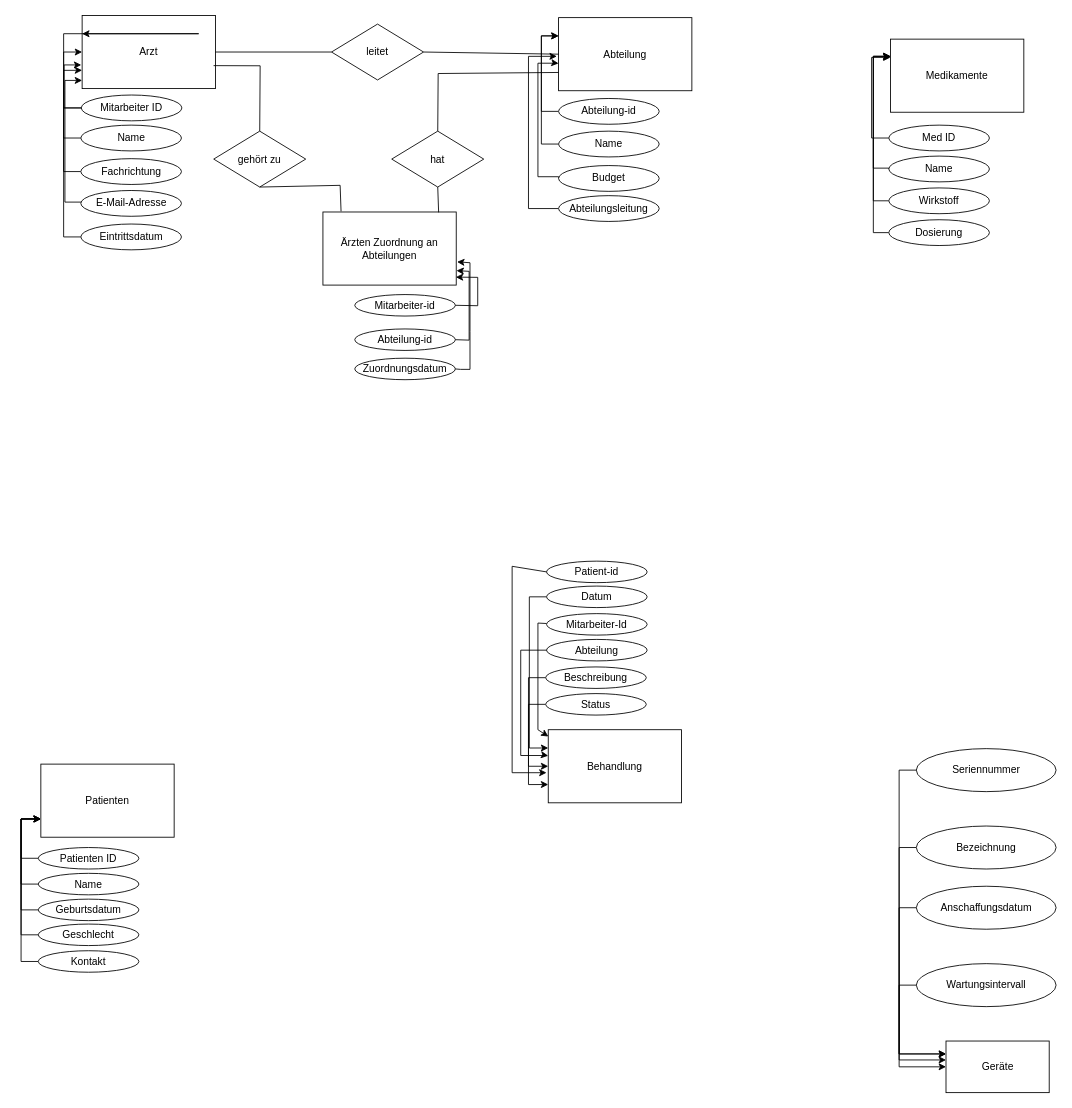
This is aufgabe04/Aufgabe A.drawio from contraintuitiv/datenbanksysteme, a draw.io file, before an edit. Source tidied: cells renumbered, new cells numbered last; positions are measured from the earlier drawing's top-left corner, leaving out a move shared by most shapes. Both pictures are drawn from the tidied source at 86%, with x=0, y=0 at pixel (38, 15).
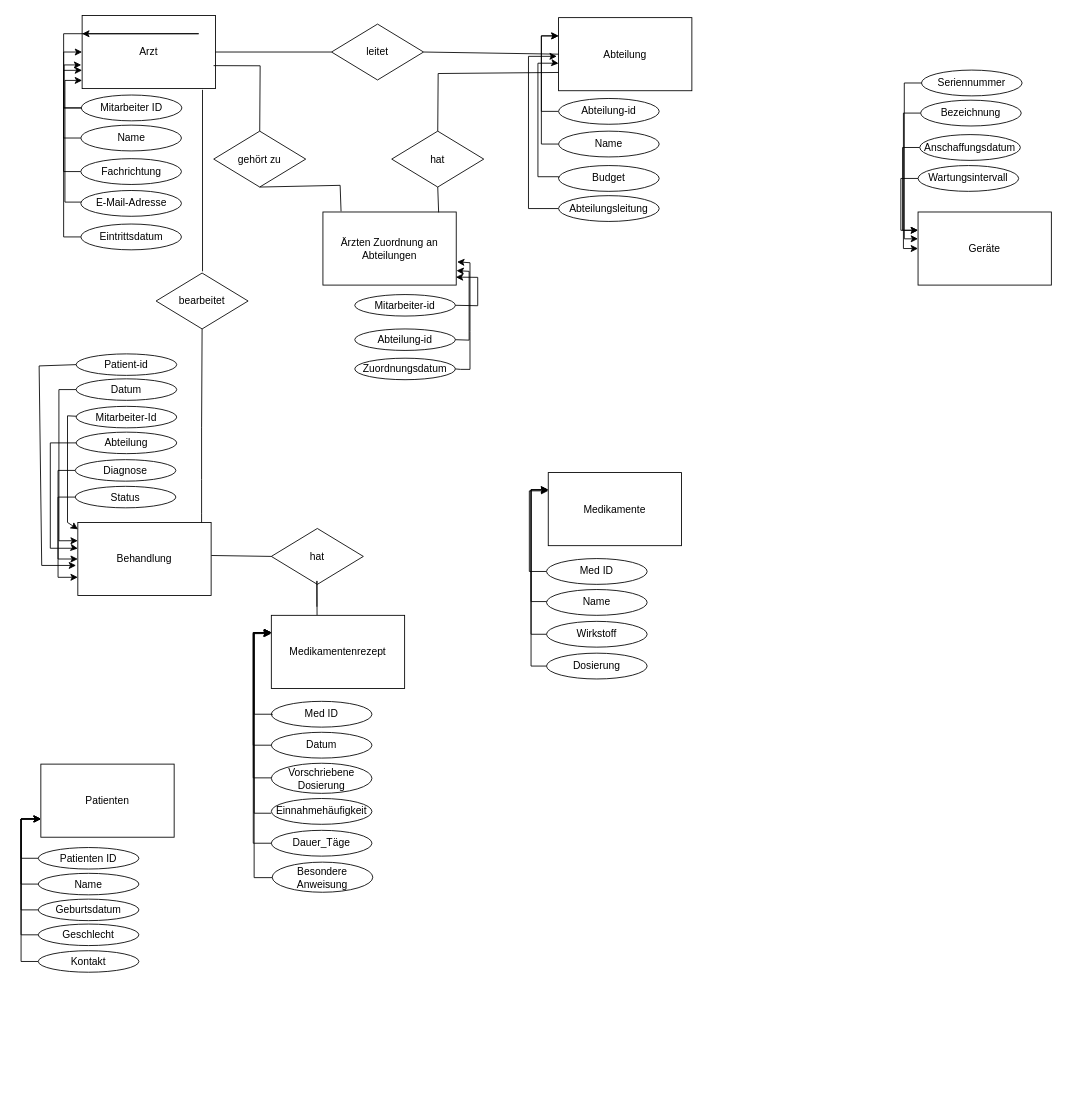
Above is the later version.

Unchanged cells that the change refers to:
```xml
<mxCell id="2" value="Arzt" style="rounded=0;whiteSpace=wrap;html=1;" parent="1" vertex="1">
  <mxGeometry x="51" y="0.5" width="155" height="85" as="geometry" />
</mxCell>
```

Diff of the diagram source:
```diff
@@
     <mxCell id="23" value="Behandlung" style="rounded=0;whiteSpace=wrap;html=1;" parent="1" vertex="1">
-      <mxGeometry x="593" y="831" width="155" height="85" as="geometry" />
+      <mxGeometry x="46" y="590" width="155" height="85" as="geometry" />
     </mxCell>
@@
     <mxCell id="25" value="Datum" style="ellipse;whiteSpace=wrap;html=1;" parent="1" vertex="1">
-      <mxGeometry x="591" y="664" width="117" height="25" as="geometry" />
+      <mxGeometry x="44" y="423" width="117" height="25" as="geometry" />
     </mxCell>
@@
-    <mxCell id="27" value="Beschreibung" style="ellipse;whiteSpace=wrap;html=1;" parent="1" vertex="1">
-      <mxGeometry x="590" y="758" width="117" height="25" as="geometry" />
+    <mxCell id="27" value="Diagnose" style="ellipse;whiteSpace=wrap;html=1;" parent="1" vertex="1">
+      <mxGeometry x="43" y="517" width="117" height="25" as="geometry" />
     </mxCell>
@@
     <mxCell id="29" value="Status" style="ellipse;whiteSpace=wrap;html=1;" parent="1" vertex="1">
-      <mxGeometry x="590" y="789" width="117" height="25" as="geometry" />
+      <mxGeometry x="43" y="548" width="117" height="25" as="geometry" />
     </mxCell>
@@
     <mxCell id="39" value="Geräte" style="rounded=0;whiteSpace=wrap;html=1;" parent="1" vertex="1">
-      <mxGeometry x="1055.5" y="1193" width="120" height="60" as="geometry" />
+      <mxGeometry x="1023" y="229" width="155" height="85" as="geometry" />
     </mxCell>
     <mxCell id="40" value="Medikamente" style="rounded=0;whiteSpace=wrap;html=1;" parent="1" vertex="1">
-      <mxGeometry x="991" y="28" width="155" height="85" as="geometry" />
+      <mxGeometry x="593" y="532" width="155" height="85" as="geometry" />
     </mxCell>
     <mxCell id="41" value="Seriennummer" style="ellipse;whiteSpace=wrap;html=1;" parent="1" vertex="1">
-      <mxGeometry x="1021" y="853" width="162.5" height="50" as="geometry" />
+      <mxGeometry x="1027" y="64" width="117" height="30" as="geometry" />
     </mxCell>
@@
     <mxCell id="43" value="Bezeichnung" style="ellipse;whiteSpace=wrap;html=1;" parent="1" vertex="1">
-      <mxGeometry x="1021" y="943" width="162.5" height="50" as="geometry" />
+      <mxGeometry x="1026" y="99" width="117" height="30" as="geometry" />
     </mxCell>
@@
     <mxCell id="45" value="Anschaffungsdatum" style="ellipse;whiteSpace=wrap;html=1;" parent="1" vertex="1">
-      <mxGeometry x="1021" y="1013" width="162.5" height="50" as="geometry" />
+      <mxGeometry x="1025" y="139" width="117" height="30" as="geometry" />
     </mxCell>
@@
     <mxCell id="47" value="Wartungsintervall" style="ellipse;whiteSpace=wrap;html=1;" parent="1" vertex="1">
-      <mxGeometry x="1021" y="1103" width="162.5" height="50" as="geometry" />
+      <mxGeometry x="1023" y="175" width="117" height="30" as="geometry" />
     </mxCell>
@@
     <mxCell id="50" value="Med ID" style="ellipse;whiteSpace=wrap;html=1;" parent="1" vertex="1">
-      <mxGeometry x="989" y="128" width="117" height="30" as="geometry" />
+      <mxGeometry x="591" y="632" width="117" height="30" as="geometry" />
     </mxCell>
     <mxCell id="51" style="edgeStyle=orthogonalEdgeStyle;rounded=0;jettySize=auto;html=1;exitX=0;exitY=0.5;exitDx=0;exitDy=0;" parent="1" edge="1" source="52">
       <mxGeometry relative="1" as="geometry">
-        <mxPoint x="991" y="48" as="targetPoint" />
+        <mxPoint x="593" y="552" as="targetPoint" />
         <Array as="points">
-          <mxPoint x="971" y="178" />
-          <mxPoint x="971" y="48" />
-          <mxPoint x="991" y="48" />
+          <mxPoint x="573" y="682" />
+          <mxPoint x="573" y="552" />
+          <mxPoint x="593" y="552" />
         </Array>
       </mxGeometry>
     </mxCell>
     <mxCell id="52" value="Name" style="ellipse;whiteSpace=wrap;html=1;" parent="1" vertex="1">
-      <mxGeometry x="989" y="164" width="117" height="30" as="geometry" />
+      <mxGeometry x="591" y="668" width="117" height="30" as="geometry" />
     </mxCell>
     <mxCell id="53" style="edgeStyle=orthogonalEdgeStyle;rounded=0;jettySize=auto;html=1;exitX=0;exitY=0.5;exitDx=0;exitDy=0;" parent="1" edge="1" source="54">
       <mxGeometry relative="1" as="geometry">
-        <mxPoint x="991" y="48" as="targetPoint" />
+        <mxPoint x="593" y="552" as="targetPoint" />
         <Array as="points">
-          <mxPoint x="971" y="216" />
-          <mxPoint x="971" y="48" />
-          <mxPoint x="991" y="48" />
+          <mxPoint x="573" y="720" />
+          <mxPoint x="573" y="552" />
+          <mxPoint x="593" y="552" />
         </Array>
       </mxGeometry>
     </mxCell>
     <mxCell id="54" value="Wirkstoff" style="ellipse;whiteSpace=wrap;html=1;" parent="1" vertex="1">
-      <mxGeometry x="989" y="201" width="117" height="30" as="geometry" />
+      <mxGeometry x="591" y="705" width="117" height="30" as="geometry" />
     </mxCell>
     <mxCell id="55" style="edgeStyle=orthogonalEdgeStyle;rounded=0;jettySize=auto;html=1;exitX=0;exitY=0.5;exitDx=0;exitDy=0;" parent="1" edge="1" source="56">
       <mxGeometry relative="1" as="geometry">
-        <mxPoint x="991" y="48" as="targetPoint" />
+        <mxPoint x="593" y="552" as="targetPoint" />
         <Array as="points">
-          <mxPoint x="971" y="253" />
-          <mxPoint x="971" y="48" />
+          <mxPoint x="573" y="757" />
+          <mxPoint x="573" y="552" />
         </Array>
       </mxGeometry>
     </mxCell>
     <mxCell id="56" value="Dosierung" style="ellipse;whiteSpace=wrap;html=1;" parent="1" vertex="1">
-      <mxGeometry x="989" y="238" width="117" height="30" as="geometry" />
+      <mxGeometry x="591" y="742" width="117" height="30" as="geometry" />
     </mxCell>
@@
     <mxCell id="58" value="Patient-id" style="ellipse;whiteSpace=wrap;html=1;" parent="1" vertex="1">
-      <mxGeometry x="591" y="635" width="117" height="25" as="geometry" />
+      <mxGeometry x="44" y="394" width="117" height="25" as="geometry" />
     </mxCell>
     <mxCell id="59" style="endArrow=classic;html=1;rounded=0;exitX=0;exitY=0.5;exitDx=0;exitDy=0;" parent="1" edge="1" source="58">
       <mxGeometry relative="1" as="geometry">
-        <mxPoint x="591" y="881" as="targetPoint" />
+        <mxPoint x="44" y="640" as="targetPoint" />
         <Array as="points">
-          <mxPoint x="551" y="641" />
-          <mxPoint x="551" y="881" />
+          <mxPoint x="1" y="408" />
+          <mxPoint x="4" y="640" />
         </Array>
       </mxGeometry>
     </mxCell>
     <mxCell id="60" value="Mitarbeiter-Id" style="ellipse;whiteSpace=wrap;html=1;" parent="1" vertex="1">
-      <mxGeometry x="591" y="696" width="117" height="25" as="geometry" />
+      <mxGeometry x="44" y="455" width="117" height="25" as="geometry" />
     </mxCell>
     <mxCell id="61" value="Abteilung" style="ellipse;whiteSpace=wrap;html=1;" parent="1" vertex="1">
-      <mxGeometry x="591" y="726" width="117" height="25" as="geometry" />
+      <mxGeometry x="44" y="485" width="117" height="25" as="geometry" />
     </mxCell>
     <mxCell id="62" style="edgeStyle=orthogonalEdgeStyle;rounded=0;orthogonalLoop=1;jettySize=auto;html=1;exitX=0;exitY=0.5;exitDx=0;exitDy=0;entryX=-0.001;entryY=0.424;entryDx=0;entryDy=0;entryPerimeter=0;" parent="1" edge="1">
       <mxGeometry relative="1" as="geometry">
-        <mxPoint x="591.2" y="738.5" as="sourcePoint" />
-        <mxPoint x="593" y="861.3" as="targetPoint" />
+        <mxPoint x="44.2" y="497.5" as="sourcePoint" />
+        <mxPoint x="46" y="620.3" as="targetPoint" />
         <Array as="points">
-          <mxPoint x="561" y="739" />
-          <mxPoint x="561" y="861" />
-          <mxPoint x="591" y="861" />
+          <mxPoint x="14" y="498" />
+          <mxPoint x="14" y="620" />
+          <mxPoint x="44" y="620" />
         </Array>
       </mxGeometry>
     </mxCell>
     <mxCell id="63" style="endArrow=classic;html=1;rounded=0;exitX=0;exitY=0.5;exitDx=0;exitDy=0;entryX=0.001;entryY=0.093;entryDx=0;entryDy=0;entryPerimeter=0;" parent="1" edge="1" target="23">
       <mxGeometry relative="1" as="geometry">
-        <mxPoint x="591" y="707.5" as="sourcePoint" />
+        <mxPoint x="44" y="466.5" as="sourcePoint" />
         <Array as="points">
-          <mxPoint x="581" y="707" />
-          <mxPoint x="581" y="831" />
+          <mxPoint x="34" y="466" />
+          <mxPoint x="34" y="590" />
         </Array>
       </mxGeometry>
     </mxCell>
@@
+    <mxCell id="80" style="endArrow=none;html=1;rounded=0;entryX=0.903;entryY=1.017;entryDx=0;entryDy=0;entryPerimeter=0;" parent="1" edge="1" target="2">
+      <mxGeometry relative="1" as="geometry">
+        <mxPoint x="191" y="298" as="sourcePoint" />
+      </mxGeometry>
+    </mxCell>
+    <mxCell id="81" value="bearbeitet" style="rhombus;whiteSpace=wrap;html=1;" parent="1" vertex="1">
+      <mxGeometry x="137" y="300" width="107" height="65" as="geometry" />
+    </mxCell>
+    <mxCell id="82" style="endArrow=none;html=1;rounded=0;entryX=0.5;entryY=1;entryDx=0;entryDy=0;" parent="1" edge="1" target="81">
+      <mxGeometry relative="1" as="geometry">
+        <mxPoint x="189.9" y="590" as="sourcePoint" />
+        <Array as="points">
+          <mxPoint x="189.9" y="580" />
+          <mxPoint x="189.9" y="540" />
+          <mxPoint x="189.9" y="480" />
+        </Array>
+      </mxGeometry>
+    </mxCell>
+    <mxCell id="83" value="Medikamentenrezept" style="rounded=0;whiteSpace=wrap;html=1;" parent="1" vertex="1">
+      <mxGeometry x="271" y="698" width="155" height="85" as="geometry" />
+    </mxCell>
+    <mxCell id="84" value="hat" style="rhombus;whiteSpace=wrap;html=1;" parent="1" vertex="1">
+      <mxGeometry x="271" y="597" width="107" height="65" as="geometry" />
+    </mxCell>
+    <mxCell id="85" style="endArrow=none;html=1;rounded=0;entryX=0.343;entryY=-0.004;entryDx=0;entryDy=0;entryPerimeter=0;" parent="1" edge="1" target="83">
+      <mxGeometry relative="1" as="geometry">
+        <mxPoint x="324" y="688" as="sourcePoint" />
+        <Array as="points">
+          <mxPoint x="324" y="658" />
+        </Array>
+      </mxGeometry>
+    </mxCell>
+    <mxCell id="86" style="endArrow=none;html=1;rounded=0;exitX=1.002;exitY=0.452;exitDx=0;exitDy=0;exitPerimeter=0;entryX=0;entryY=0.5;entryDx=0;entryDy=0;" parent="1" edge="1" source="23" target="84">
+      <mxGeometry relative="1" as="geometry" />
+    </mxCell>
+    <mxCell id="87" value="Med ID" style="ellipse;whiteSpace=wrap;html=1;" parent="1" vertex="1">
+      <mxGeometry x="271" y="798" width="117" height="30" as="geometry" />
+    </mxCell>
+    <mxCell id="88" value="Datum" style="ellipse;whiteSpace=wrap;html=1;" parent="1" vertex="1">
+      <mxGeometry x="271" y="834" width="117" height="30" as="geometry" />
+    </mxCell>
+    <mxCell id="89" value="Vorschriebene Dosierung" style="ellipse;whiteSpace=wrap;html=1;" parent="1" vertex="1">
+      <mxGeometry x="271" y="870" width="117" height="35" as="geometry" />
+    </mxCell>
+    <mxCell id="90" value="Einnahmehäufigkeit" style="ellipse;whiteSpace=wrap;html=1;" parent="1" vertex="1">
+      <mxGeometry x="271" y="911" width="117" height="30" as="geometry" />
+    </mxCell>
+    <mxCell id="91" value="Dauer_Täge" style="ellipse;whiteSpace=wrap;html=1;" parent="1" vertex="1">
+      <mxGeometry x="271" y="948" width="117" height="30" as="geometry" />
+    </mxCell>
+    <mxCell id="92" value="Besondere Anweisung" style="ellipse;whiteSpace=wrap;html=1;" parent="1" vertex="1">
+      <mxGeometry x="272" y="985" width="117" height="35" as="geometry" />
+    </mxCell>
+    <mxCell id="93" style="edgeStyle=orthogonalEdgeStyle;rounded=0;jettySize=auto;html=1;entryX=0;entryY=0.25;entryDx=0;entryDy=0;exitX=-0.003;exitY=0.571;exitDx=0;exitDy=0;exitPerimeter=0;" parent="1" edge="1" source="90" target="83">
+      <mxGeometry relative="1" as="geometry">
+        <Array as="points">
+          <mxPoint x="251" y="928" />
+          <mxPoint x="251" y="719" />
+        </Array>
+      </mxGeometry>
+    </mxCell>
+    <mxCell id="94" style="edgeStyle=orthogonalEdgeStyle;rounded=0;jettySize=auto;html=1;entryX=0;entryY=0.25;entryDx=0;entryDy=0;exitX=0;exitY=0.5;exitDx=0;exitDy=0;" parent="1" edge="1" source="91">
+      <mxGeometry relative="1" as="geometry">
+        <mxPoint x="270" y="719" as="targetPoint" />
+        <Array as="points">
+          <mxPoint x="250" y="963" />
+          <mxPoint x="250" y="719" />
+        </Array>
+      </mxGeometry>
+    </mxCell>
+    <mxCell id="95" style="edgeStyle=orthogonalEdgeStyle;rounded=0;orthogonalLoop=1;jettySize=auto;html=1;exitX=0;exitY=0.5;exitDx=0;exitDy=0;" parent="1" edge="1">
+      <mxGeometry relative="1" as="geometry">
+        <mxPoint x="272" y="1003" as="sourcePoint" />
+        <mxPoint x="271" y="718" as="targetPoint" />
+        <Array as="points">
+          <mxPoint x="251" y="1003" />
+          <mxPoint x="251" y="718" />
+          <mxPoint x="271" y="718" />
+        </Array>
+      </mxGeometry>
+    </mxCell>
+    <mxCell id="96" style="edgeStyle=orthogonalEdgeStyle;rounded=0;orthogonalLoop=1;jettySize=auto;html=1;exitX=0;exitY=0.5;exitDx=0;exitDy=0;" parent="1" edge="1">
+      <mxGeometry relative="1" as="geometry">
+        <mxPoint x="271" y="887" as="sourcePoint" />
+        <mxPoint x="271" y="718" as="targetPoint" />
+        <Array as="points">
+          <mxPoint x="250" y="887" />
+          <mxPoint x="250" y="718" />
+          <mxPoint x="270" y="718" />
+        </Array>
+      </mxGeometry>
+    </mxCell>
+    <mxCell id="97" style="edgeStyle=orthogonalEdgeStyle;rounded=0;orthogonalLoop=1;jettySize=auto;html=1;" parent="1" edge="1">
+      <mxGeometry relative="1" as="geometry">
+        <mxPoint x="272" y="814" as="sourcePoint" />
+        <mxPoint x="271" y="718" as="targetPoint" />
+        <Array as="points">
+          <mxPoint x="251" y="813" />
+          <mxPoint x="251" y="718" />
+        </Array>
+      </mxGeometry>
+    </mxCell>
+    <mxCell id="98" style="edgeStyle=orthogonalEdgeStyle;rounded=0;orthogonalLoop=1;jettySize=auto;html=1;" parent="1" edge="1">
+      <mxGeometry relative="1" as="geometry">
+        <mxPoint x="271" y="849" as="sourcePoint" />
+        <mxPoint x="271" y="718" as="targetPoint" />
+        <Array as="points">
+          <mxPoint x="250" y="848" />
+          <mxPoint x="250" y="718" />
+          <mxPoint x="270" y="718" />
+        </Array>
+      </mxGeometry>
+    </mxCell>
```
